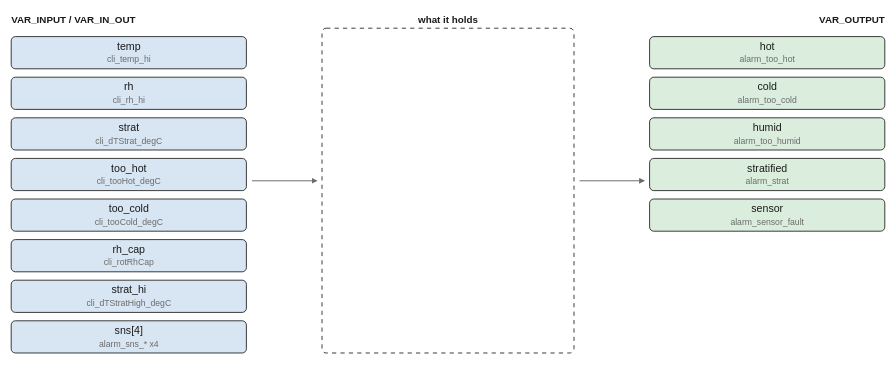
pstch/botanik2 keeps this draw.io diagram as images/logic/climate_watch.drawio.svg. Above is the earlier version. Source tidied: cells renumbered, new cells last; positions are measured from the earlier drawing's top-left corner, leaving out a move shared by most shapes. The source it was exported from:
```xml
<mxGraphModel>
  <root>
    <mxCell id="0" />
    <mxCell id="1" parent="0" />
    <mxCell id="2" value="VAR_INPUT / VAR_IN_OUT" style="text;html=1;fontSize=7;fontColor=#1a1a1a;align=left;fontStyle=1;" parent="1" vertex="1">
      <mxGeometry width="110" height="11" as="geometry" />
    </mxCell>
    <mxCell id="3" value="what it holds" style="text;html=1;fontSize=7;fontColor=#1a1a1a;align=center;fontStyle=1;" parent="1" vertex="1">
      <mxGeometry x="312" width="65" height="11" as="geometry" />
    </mxCell>
    <mxCell id="4" value="VAR_OUTPUT" style="text;html=1;fontSize=7;fontColor=#1a1a1a;align=left;fontStyle=1;" parent="1" vertex="1">
      <mxGeometry x="624" width="50" height="11" as="geometry" />
    </mxCell>
    <mxCell id="5" value="temp" style="rounded=1;fillColor=#d8e6f3;strokeColor=#1a1a1a;whiteSpace=wrap;html=1;fontSize=8;" parent="1" vertex="1">
      <mxGeometry y="17" width="168" height="23" as="geometry" />
    </mxCell>
    <mxCell id="6" value="rh" style="rounded=1;fillColor=#d8e6f3;strokeColor=#1a1a1a;whiteSpace=wrap;html=1;fontSize=8;" parent="1" vertex="1">
      <mxGeometry y="46" width="168" height="23" as="geometry" />
    </mxCell>
    <mxCell id="7" value="strat" style="rounded=1;fillColor=#d8e6f3;strokeColor=#1a1a1a;whiteSpace=wrap;html=1;fontSize=8;" parent="1" vertex="1">
      <mxGeometry y="75" width="168" height="23" as="geometry" />
    </mxCell>
    <mxCell id="8" value="too_hot" style="rounded=1;fillColor=#d8e6f3;strokeColor=#1a1a1a;whiteSpace=wrap;html=1;fontSize=8;" parent="1" vertex="1">
      <mxGeometry y="104" width="168" height="23" as="geometry" />
    </mxCell>
    <mxCell id="9" value="too_cold" style="rounded=1;fillColor=#d8e6f3;strokeColor=#1a1a1a;whiteSpace=wrap;html=1;fontSize=8;" parent="1" vertex="1">
      <mxGeometry y="133" width="168" height="23" as="geometry" />
    </mxCell>
    <mxCell id="10" value="rh_cap" style="rounded=1;fillColor=#d8e6f3;strokeColor=#1a1a1a;whiteSpace=wrap;html=1;fontSize=8;" parent="1" vertex="1">
      <mxGeometry y="162" width="168" height="23" as="geometry" />
    </mxCell>
    <mxCell id="11" value="strat_hi" style="rounded=1;fillColor=#d8e6f3;strokeColor=#1a1a1a;whiteSpace=wrap;html=1;fontSize=8;" parent="1" vertex="1">
      <mxGeometry y="191" width="168" height="23" as="geometry" />
    </mxCell>
    <mxCell id="12" value="sns[4]" style="rounded=1;fillColor=#d8e6f3;strokeColor=#1a1a1a;whiteSpace=wrap;html=1;fontSize=8;" parent="1" vertex="1">
      <mxGeometry y="220" width="168" height="23" as="geometry" />
    </mxCell>
    <mxCell id="13" value="hot" style="rounded=1;fillColor=#dbeedd;strokeColor=#1a1a1a;whiteSpace=wrap;html=1;fontSize=8;" parent="1" vertex="1">
      <mxGeometry x="456" y="17" width="168" height="23" as="geometry" />
    </mxCell>
    <mxCell id="14" value="cold" style="rounded=1;fillColor=#dbeedd;strokeColor=#1a1a1a;whiteSpace=wrap;html=1;fontSize=8;" parent="1" vertex="1">
      <mxGeometry x="456" y="46" width="168" height="23" as="geometry" />
    </mxCell>
    <mxCell id="15" value="humid" style="rounded=1;fillColor=#dbeedd;strokeColor=#1a1a1a;whiteSpace=wrap;html=1;fontSize=8;" parent="1" vertex="1">
      <mxGeometry x="456" y="75" width="168" height="23" as="geometry" />
    </mxCell>
    <mxCell id="16" value="stratified" style="rounded=1;fillColor=#dbeedd;strokeColor=#1a1a1a;whiteSpace=wrap;html=1;fontSize=8;" parent="1" vertex="1">
      <mxGeometry x="456" y="104" width="168" height="23" as="geometry" />
    </mxCell>
    <mxCell id="17" value="sensor" style="rounded=1;fillColor=#dbeedd;strokeColor=#1a1a1a;whiteSpace=wrap;html=1;fontSize=8;" parent="1" vertex="1">
      <mxGeometry x="456" y="133" width="168" height="23" as="geometry" />
    </mxCell>
    <mxCell id="18" style="rounded=1;fillColor=#ffffff;strokeColor=#1a1a1a;whiteSpace=wrap;html=1;fontSize=8;dashed=1;" parent="1" vertex="1">
      <mxGeometry x="222" y="11" width="180" height="232" as="geometry" />
    </mxCell>
    <mxCell id="19" style="edgeStyle=none;html=1;strokeColor=#6b6b6b;endArrow=block;" parent="1" edge="1">
      <mxGeometry relative="1" as="geometry">
        <mxPoint x="172" y="120" as="sourcePoint" />
        <mxPoint x="218" y="120" as="targetPoint" />
      </mxGeometry>
    </mxCell>
    <mxCell id="20" style="edgeStyle=none;html=1;strokeColor=#6b6b6b;endArrow=block;" parent="1" edge="1">
      <mxGeometry relative="1" as="geometry">
        <mxPoint x="406" y="120" as="sourcePoint" />
        <mxPoint x="452" y="120" as="targetPoint" />
      </mxGeometry>
    </mxCell>
  </root>
</mxGraphModel>
```
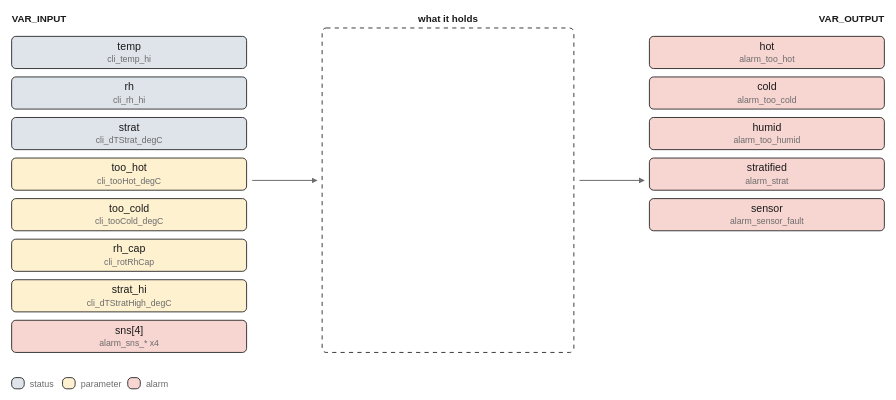
Above is the later version.

Diff of the diagram source:
```diff
@@ -2,8 +2,8 @@
   <root>
     <mxCell id="0" />
     <mxCell id="1" parent="0" />
-    <mxCell id="2" value="VAR_INPUT / VAR_IN_OUT" style="text;html=1;fontSize=7;fontColor=#1a1a1a;align=left;fontStyle=1;" parent="1" vertex="1">
-      <mxGeometry width="110" height="11" as="geometry" />
+    <mxCell id="2" value="VAR_INPUT" style="text;html=1;fontSize=7;fontColor=#1a1a1a;align=left;fontStyle=1;" parent="1" vertex="1">
+      <mxGeometry width="45" height="11" as="geometry" />
     </mxCell>
     <mxCell id="3" value="what it holds" style="text;html=1;fontSize=7;fontColor=#1a1a1a;align=center;fontStyle=1;" parent="1" vertex="1">
       <mxGeometry x="312" width="65" height="11" as="geometry" />
@@ -11,43 +11,43 @@
     <mxCell id="4" value="VAR_OUTPUT" style="text;html=1;fontSize=7;fontColor=#1a1a1a;align=left;fontStyle=1;" parent="1" vertex="1">
       <mxGeometry x="624" width="50" height="11" as="geometry" />
     </mxCell>
-    <mxCell id="5" value="temp" style="rounded=1;fillColor=#d8e6f3;strokeColor=#1a1a1a;whiteSpace=wrap;html=1;fontSize=8;" parent="1" vertex="1">
+    <mxCell id="5" value="temp" style="rounded=1;fillColor=#dfe4ea;strokeColor=#1a1a1a;whiteSpace=wrap;html=1;fontSize=8;" parent="1" vertex="1">
       <mxGeometry y="17" width="168" height="23" as="geometry" />
     </mxCell>
-    <mxCell id="6" value="rh" style="rounded=1;fillColor=#d8e6f3;strokeColor=#1a1a1a;whiteSpace=wrap;html=1;fontSize=8;" parent="1" vertex="1">
+    <mxCell id="6" value="rh" style="rounded=1;fillColor=#dfe4ea;strokeColor=#1a1a1a;whiteSpace=wrap;html=1;fontSize=8;" parent="1" vertex="1">
       <mxGeometry y="46" width="168" height="23" as="geometry" />
     </mxCell>
-    <mxCell id="7" value="strat" style="rounded=1;fillColor=#d8e6f3;strokeColor=#1a1a1a;whiteSpace=wrap;html=1;fontSize=8;" parent="1" vertex="1">
+    <mxCell id="7" value="strat" style="rounded=1;fillColor=#dfe4ea;strokeColor=#1a1a1a;whiteSpace=wrap;html=1;fontSize=8;" parent="1" vertex="1">
       <mxGeometry y="75" width="168" height="23" as="geometry" />
     </mxCell>
-    <mxCell id="8" value="too_hot" style="rounded=1;fillColor=#d8e6f3;strokeColor=#1a1a1a;whiteSpace=wrap;html=1;fontSize=8;" parent="1" vertex="1">
+    <mxCell id="8" value="too_hot" style="rounded=1;fillColor=#fdf1d0;strokeColor=#1a1a1a;whiteSpace=wrap;html=1;fontSize=8;" parent="1" vertex="1">
       <mxGeometry y="104" width="168" height="23" as="geometry" />
     </mxCell>
-    <mxCell id="9" value="too_cold" style="rounded=1;fillColor=#d8e6f3;strokeColor=#1a1a1a;whiteSpace=wrap;html=1;fontSize=8;" parent="1" vertex="1">
+    <mxCell id="9" value="too_cold" style="rounded=1;fillColor=#fdf1d0;strokeColor=#1a1a1a;whiteSpace=wrap;html=1;fontSize=8;" parent="1" vertex="1">
       <mxGeometry y="133" width="168" height="23" as="geometry" />
     </mxCell>
-    <mxCell id="10" value="rh_cap" style="rounded=1;fillColor=#d8e6f3;strokeColor=#1a1a1a;whiteSpace=wrap;html=1;fontSize=8;" parent="1" vertex="1">
+    <mxCell id="10" value="rh_cap" style="rounded=1;fillColor=#fdf1d0;strokeColor=#1a1a1a;whiteSpace=wrap;html=1;fontSize=8;" parent="1" vertex="1">
       <mxGeometry y="162" width="168" height="23" as="geometry" />
     </mxCell>
-    <mxCell id="11" value="strat_hi" style="rounded=1;fillColor=#d8e6f3;strokeColor=#1a1a1a;whiteSpace=wrap;html=1;fontSize=8;" parent="1" vertex="1">
+    <mxCell id="11" value="strat_hi" style="rounded=1;fillColor=#fdf1d0;strokeColor=#1a1a1a;whiteSpace=wrap;html=1;fontSize=8;" parent="1" vertex="1">
       <mxGeometry y="191" width="168" height="23" as="geometry" />
     </mxCell>
-    <mxCell id="12" value="sns[4]" style="rounded=1;fillColor=#d8e6f3;strokeColor=#1a1a1a;whiteSpace=wrap;html=1;fontSize=8;" parent="1" vertex="1">
+    <mxCell id="12" value="sns[4]" style="rounded=1;fillColor=#f7d5d1;strokeColor=#1a1a1a;whiteSpace=wrap;html=1;fontSize=8;" parent="1" vertex="1">
       <mxGeometry y="220" width="168" height="23" as="geometry" />
     </mxCell>
-    <mxCell id="13" value="hot" style="rounded=1;fillColor=#dbeedd;strokeColor=#1a1a1a;whiteSpace=wrap;html=1;fontSize=8;" parent="1" vertex="1">
+    <mxCell id="13" value="hot" style="rounded=1;fillColor=#f7d5d1;strokeColor=#1a1a1a;whiteSpace=wrap;html=1;fontSize=8;" parent="1" vertex="1">
       <mxGeometry x="456" y="17" width="168" height="23" as="geometry" />
     </mxCell>
-    <mxCell id="14" value="cold" style="rounded=1;fillColor=#dbeedd;strokeColor=#1a1a1a;whiteSpace=wrap;html=1;fontSize=8;" parent="1" vertex="1">
+    <mxCell id="14" value="cold" style="rounded=1;fillColor=#f7d5d1;strokeColor=#1a1a1a;whiteSpace=wrap;html=1;fontSize=8;" parent="1" vertex="1">
       <mxGeometry x="456" y="46" width="168" height="23" as="geometry" />
     </mxCell>
-    <mxCell id="15" value="humid" style="rounded=1;fillColor=#dbeedd;strokeColor=#1a1a1a;whiteSpace=wrap;html=1;fontSize=8;" parent="1" vertex="1">
+    <mxCell id="15" value="humid" style="rounded=1;fillColor=#f7d5d1;strokeColor=#1a1a1a;whiteSpace=wrap;html=1;fontSize=8;" parent="1" vertex="1">
       <mxGeometry x="456" y="75" width="168" height="23" as="geometry" />
     </mxCell>
-    <mxCell id="16" value="stratified" style="rounded=1;fillColor=#dbeedd;strokeColor=#1a1a1a;whiteSpace=wrap;html=1;fontSize=8;" parent="1" vertex="1">
+    <mxCell id="16" value="stratified" style="rounded=1;fillColor=#f7d5d1;strokeColor=#1a1a1a;whiteSpace=wrap;html=1;fontSize=8;" parent="1" vertex="1">
       <mxGeometry x="456" y="104" width="168" height="23" as="geometry" />
     </mxCell>
-    <mxCell id="17" value="sensor" style="rounded=1;fillColor=#dbeedd;strokeColor=#1a1a1a;whiteSpace=wrap;html=1;fontSize=8;" parent="1" vertex="1">
+    <mxCell id="17" value="sensor" style="rounded=1;fillColor=#f7d5d1;strokeColor=#1a1a1a;whiteSpace=wrap;html=1;fontSize=8;" parent="1" vertex="1">
       <mxGeometry x="456" y="133" width="168" height="23" as="geometry" />
     </mxCell>
     <mxCell id="18" style="rounded=1;fillColor=#ffffff;strokeColor=#1a1a1a;whiteSpace=wrap;html=1;fontSize=8;dashed=1;" parent="1" vertex="1">
@@ -65,5 +65,23 @@
         <mxPoint x="452" y="120" as="targetPoint" />
       </mxGeometry>
     </mxCell>
+    <mxCell id="21" style="rounded=1;fillColor=#dfe4ea;strokeColor=#1a1a1a;whiteSpace=wrap;html=1;fontSize=8;" parent="1" vertex="1">
+      <mxGeometry y="261" width="9" height="8" as="geometry" />
+    </mxCell>
+    <mxCell id="22" value="status" style="text;html=1;fontSize=6;fontColor=#6b6b6b;align=left;" parent="1" vertex="1">
+      <mxGeometry x="13" y="261.6" width="40" height="10.4" as="geometry" />
+    </mxCell>
+    <mxCell id="23" style="rounded=1;fillColor=#fdf1d0;strokeColor=#1a1a1a;whiteSpace=wrap;html=1;fontSize=8;" parent="1" vertex="1">
+      <mxGeometry x="36.4" y="261" width="9" height="8" as="geometry" />
+    </mxCell>
+    <mxCell id="24" value="parameter" style="text;html=1;fontSize=6;fontColor=#6b6b6b;align=left;" parent="1" vertex="1">
+      <mxGeometry x="49.4" y="261.6" width="45" height="10.4" as="geometry" />
+    </mxCell>
+    <mxCell id="25" style="rounded=1;fillColor=#f7d5d1;strokeColor=#1a1a1a;whiteSpace=wrap;html=1;fontSize=8;" parent="1" vertex="1">
+      <mxGeometry x="83" y="261" width="9" height="8" as="geometry" />
+    </mxCell>
+    <mxCell id="26" value="alarm" style="text;html=1;fontSize=6;fontColor=#6b6b6b;align=left;" parent="1" vertex="1">
+      <mxGeometry x="96" y="261.6" width="40" height="10.4" as="geometry" />
+    </mxCell>
   </root>
 </mxGraphModel>
```
